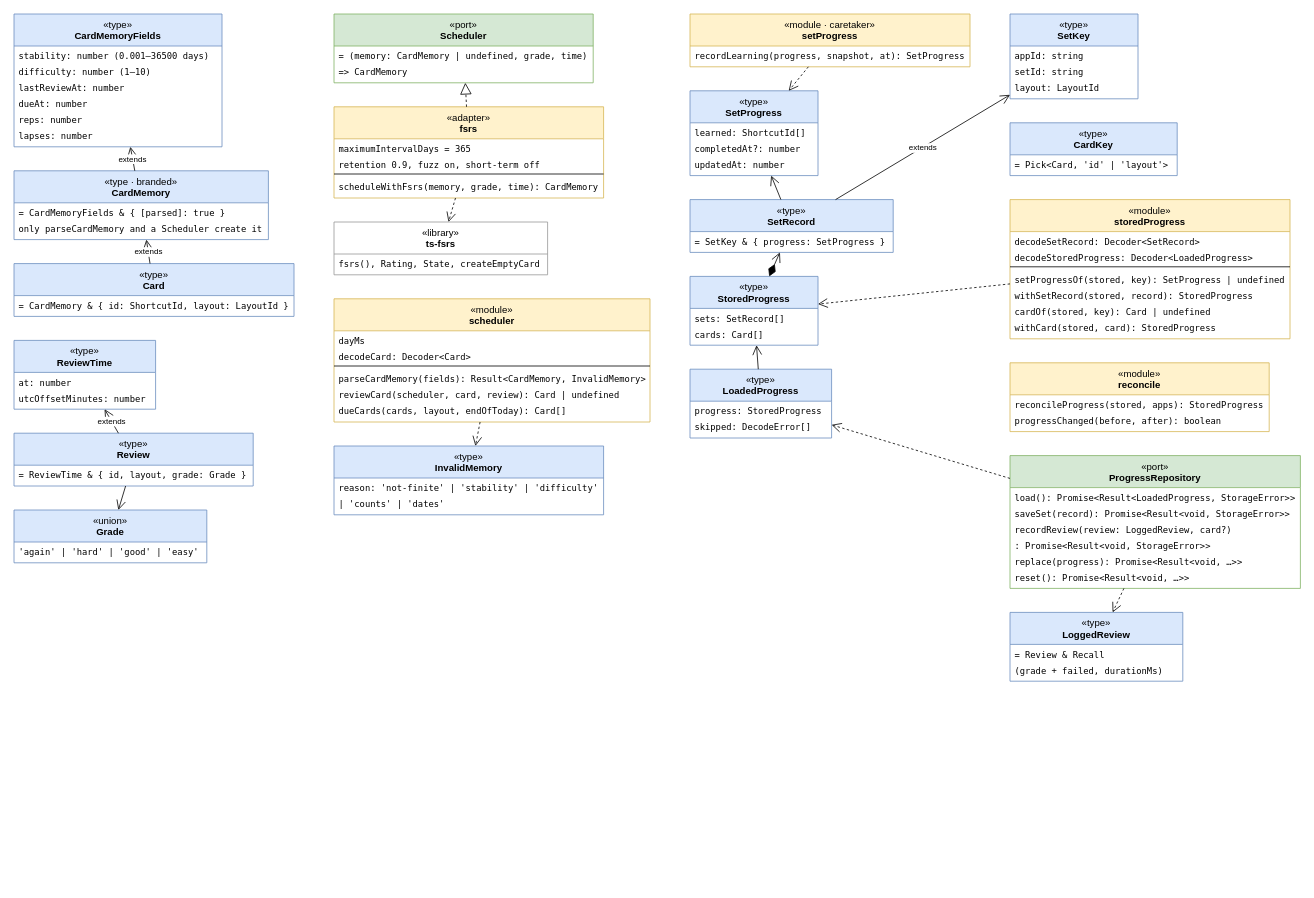
Earlier version of the draw.io diagram page "Classes – scheduling & progress" (4 of 10) of docs/uml.drawio (r0binius/mathe2-trainer). Source tidied: cells renumbered, new cells numbered last; positions are measured from the earlier drawing's top-left corner, leaving out a move shared by most shapes. Both pictures are drawn from the tidied source at 80%, with x=0, y=0 at pixel (14, 14).
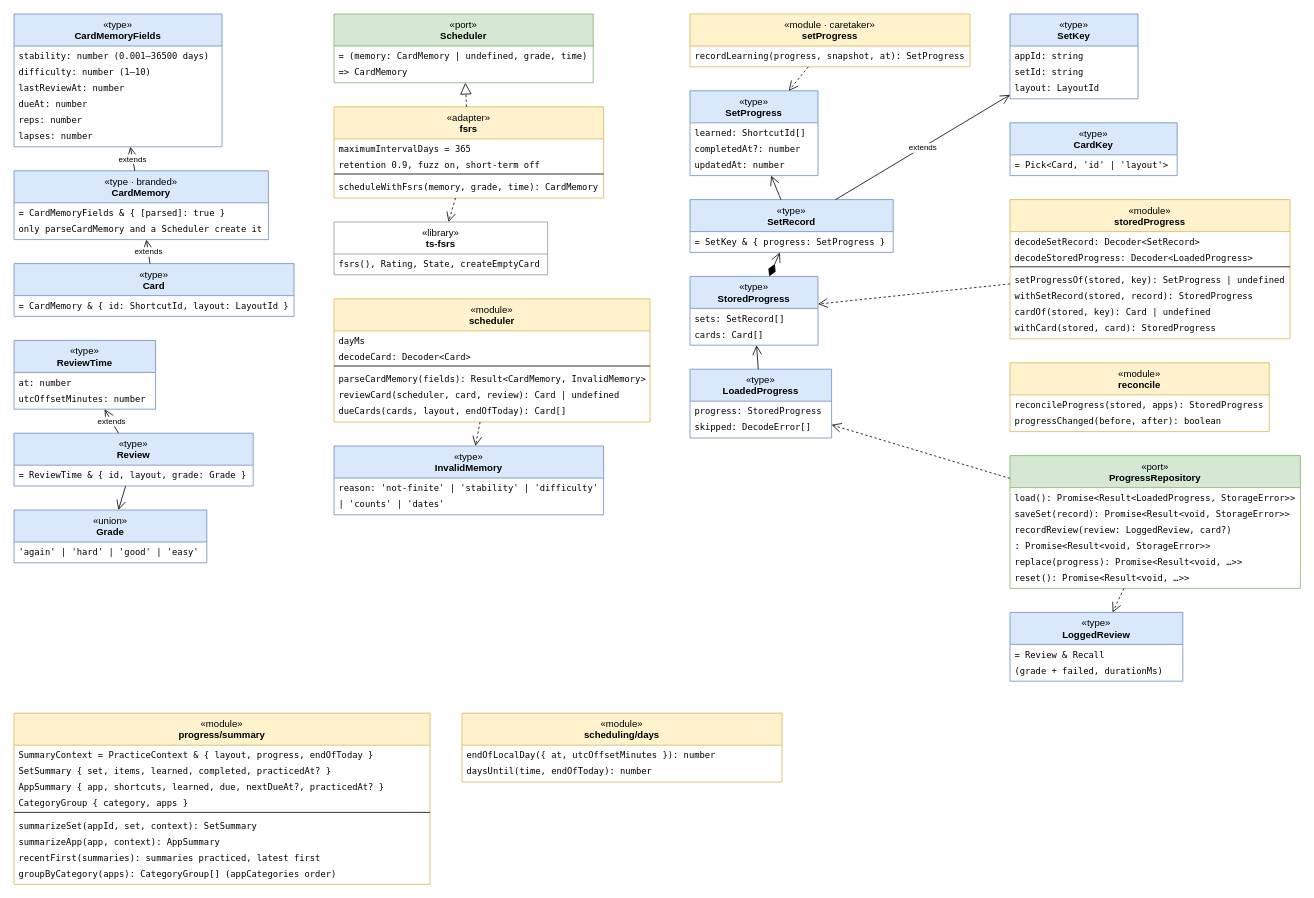
After the change.

Change to the diagram source:
```diff
@@
+    <mxCell id="97" value="&amp;laquo;module&amp;raquo;&lt;br&gt;&lt;b&gt;progress/summary&lt;/b&gt;" style="swimlane;fontStyle=0;align=center;verticalAlign=top;horizontal=1;startSize=40;html=1;whiteSpace=wrap;fillColor=#fff2cc;strokeColor=#d6b656;swimlaneFillColor=#ffffff;" parent="1" vertex="1">
+      <mxGeometry y="874" width="520" height="214" as="geometry" />
+    </mxCell>
+    <mxCell id="98" value="SummaryContext = PracticeContext &amp; { layout, progress, endOfToday }" style="text;strokeColor=none;fillColor=none;align=left;verticalAlign=top;spacingLeft=4;spacingRight=4;overflow=hidden;fontSize=11;fontFamily=Menlo;html=0;" parent="97" vertex="1">
+      <mxGeometry y="40" width="520" height="20" as="geometry" />
+    </mxCell>
+    <mxCell id="99" value="SetSummary { set, items, learned, completed, practicedAt? }" style="text;strokeColor=none;fillColor=none;align=left;verticalAlign=top;spacingLeft=4;spacingRight=4;overflow=hidden;fontSize=11;fontFamily=Menlo;html=0;" parent="97" vertex="1">
+      <mxGeometry y="60" width="520" height="20" as="geometry" />
+    </mxCell>
+    <mxCell id="100" value="AppSummary { app, shortcuts, learned, due, nextDueAt?, practicedAt? }" style="text;strokeColor=none;fillColor=none;align=left;verticalAlign=top;spacingLeft=4;spacingRight=4;overflow=hidden;fontSize=11;fontFamily=Menlo;html=0;" parent="97" vertex="1">
+      <mxGeometry y="80" width="520" height="20" as="geometry" />
+    </mxCell>
+    <mxCell id="101" value="CategoryGroup { category, apps }" style="text;strokeColor=none;fillColor=none;align=left;verticalAlign=top;spacingLeft=4;spacingRight=4;overflow=hidden;fontSize=11;fontFamily=Menlo;html=0;" parent="97" vertex="1">
+      <mxGeometry y="100" width="520" height="20" as="geometry" />
+    </mxCell>
+    <mxCell id="102" style="line;strokeWidth=1;fillColor=none;align=left;verticalAlign=middle;spacingTop=-1;spacingLeft=3;spacingRight=3;labelPosition=right;" parent="97" vertex="1">
+      <mxGeometry y="120" width="520" height="8" as="geometry" />
+    </mxCell>
+    <mxCell id="103" value="summarizeSet(appId, set, context): SetSummary" style="text;strokeColor=none;fillColor=none;align=left;verticalAlign=top;spacingLeft=4;spacingRight=4;overflow=hidden;fontSize=11;fontFamily=Menlo;html=0;" parent="97" vertex="1">
+      <mxGeometry y="128" width="520" height="20" as="geometry" />
+    </mxCell>
+    <mxCell id="104" value="summarizeApp(app, context): AppSummary" style="text;strokeColor=none;fillColor=none;align=left;verticalAlign=top;spacingLeft=4;spacingRight=4;overflow=hidden;fontSize=11;fontFamily=Menlo;html=0;" parent="97" vertex="1">
+      <mxGeometry y="148" width="520" height="20" as="geometry" />
+    </mxCell>
+    <mxCell id="105" value="recentFirst(summaries): summaries practiced, latest first" style="text;strokeColor=none;fillColor=none;align=left;verticalAlign=top;spacingLeft=4;spacingRight=4;overflow=hidden;fontSize=11;fontFamily=Menlo;html=0;" parent="97" vertex="1">
+      <mxGeometry y="168" width="520" height="20" as="geometry" />
+    </mxCell>
+    <mxCell id="106" value="groupByCategory(apps): CategoryGroup[]  (appCategories order)" style="text;strokeColor=none;fillColor=none;align=left;verticalAlign=top;spacingLeft=4;spacingRight=4;overflow=hidden;fontSize=11;fontFamily=Menlo;html=0;" parent="97" vertex="1">
+      <mxGeometry y="188" width="520" height="20" as="geometry" />
+    </mxCell>
+    <mxCell id="107" value="&amp;laquo;module&amp;raquo;&lt;br&gt;&lt;b&gt;scheduling/days&lt;/b&gt;" style="swimlane;fontStyle=0;align=center;verticalAlign=top;horizontal=1;startSize=40;html=1;whiteSpace=wrap;fillColor=#fff2cc;strokeColor=#d6b656;swimlaneFillColor=#ffffff;" parent="1" vertex="1">
+      <mxGeometry x="560" y="874" width="400" height="86" as="geometry" />
+    </mxCell>
+    <mxCell id="108" value="endOfLocalDay({ at, utcOffsetMinutes }): number" style="text;strokeColor=none;fillColor=none;align=left;verticalAlign=top;spacingLeft=4;spacingRight=4;overflow=hidden;fontSize=11;fontFamily=Menlo;html=0;" parent="107" vertex="1">
+      <mxGeometry y="40" width="400" height="20" as="geometry" />
+    </mxCell>
+    <mxCell id="109" value="daysUntil(time, endOfToday): number" style="text;strokeColor=none;fillColor=none;align=left;verticalAlign=top;spacingLeft=4;spacingRight=4;overflow=hidden;fontSize=11;fontFamily=Menlo;html=0;" parent="107" vertex="1">
+      <mxGeometry y="60" width="400" height="20" as="geometry" />
+    </mxCell>
```
